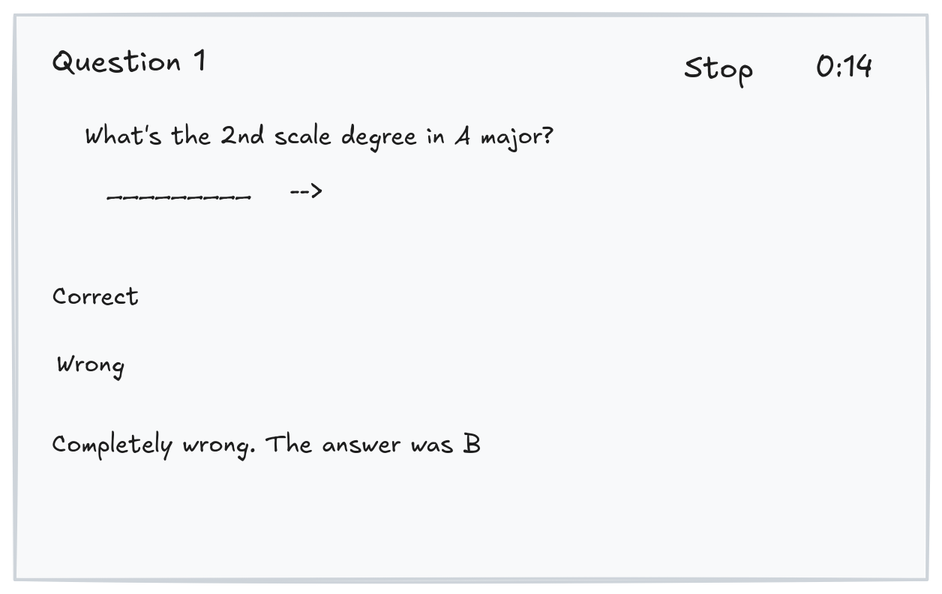
This is Wireframes/Questions.excalidraw.png from Farr1G/scale-degrees-game, a Excalidraw export, as it was before one commit. Source tidied: one line per element, renumbered; positions are measured from the earlier drawing's top-left corner, leaving out a move shared by most shapes. The source it was exported from:
```json
{"id": 0, "type": "rectangle", "strokeColor": "#ced4da", "backgroundColor": "#f8f9fa", "fillStyle": "solid", "strokeWidth": 2, "roughness": 1, "x": 0, "y": 0, "width": 608, "height": 376}
{"id": 1, "type": "text", "text": "Question 1", "strokeColor": "#1e1e1e", "backgroundColor": "#f8f9fa", "fillStyle": "solid", "strokeWidth": 2, "roughness": 1, "fontSize": 20, "fontFamily": 5, "x": 24, "y": 20, "width": 103, "height": 25}
{"id": 2, "type": "text", "text": "What's the 2nd scale degree in A major?", "strokeColor": "#1e1e1e", "backgroundColor": "#f8f9fa", "fillStyle": "solid", "strokeWidth": 2, "roughness": 1, "fontSize": 16, "fontFamily": 5, "x": 46, "y": 71, "width": 313, "height": 20}
{"id": 3, "type": "text", "text": "Correct", "strokeColor": "#1e1e1e", "backgroundColor": "#f8f9fa", "fillStyle": "solid", "strokeWidth": 2, "roughness": 1, "fontSize": 16, "fontFamily": 5, "x": 25, "y": 179, "width": 58, "height": 20}
{"id": 4, "type": "text", "text": "0:14", "strokeColor": "#1e1e1e", "backgroundColor": "#f8f9fa", "fillStyle": "solid", "strokeWidth": 2, "roughness": 1, "fontSize": 20, "fontFamily": 5, "x": 533, "y": 23, "width": 39, "height": 25}
{"id": 5, "type": "text", "text": "Stop", "strokeColor": "#1e1e1e", "backgroundColor": "#f8f9fa", "fillStyle": "solid", "strokeWidth": 2, "roughness": 1, "fontSize": 20, "fontFamily": 5, "x": 446, "y": 24, "width": 46, "height": 25}
{"id": 6, "type": "text", "text": "Wrong", "strokeColor": "#1e1e1e", "backgroundColor": "#f8f9fa", "fillStyle": "solid", "strokeWidth": 2, "roughness": 1, "fontSize": 16, "fontFamily": 5, "x": 27, "y": 223, "width": 46, "height": 20}
{"id": 7, "type": "text", "text": "Completely wrong. The answer was B", "strokeColor": "#1e1e1e", "backgroundColor": "#f8f9fa", "fillStyle": "solid", "strokeWidth": 2, "roughness": 1, "fontSize": 16, "fontFamily": 5, "x": 25, "y": 277, "width": 286, "height": 20}
{"id": 8, "type": "text", "text": "_________", "strokeColor": "#1e1e1e", "backgroundColor": "#f8f9fa", "fillStyle": "solid", "strokeWidth": 2, "roughness": 1, "fontSize": 16, "fontFamily": 5, "x": 61, "y": 107, "width": 96, "height": 20}
{"id": 9, "type": "text", "text": "-->", "strokeColor": "#1e1e1e", "backgroundColor": "#f8f9fa", "fillStyle": "solid", "strokeWidth": 2, "roughness": 1, "fontSize": 16, "fontFamily": 5, "x": 183, "y": 108, "width": 22, "height": 20}
```
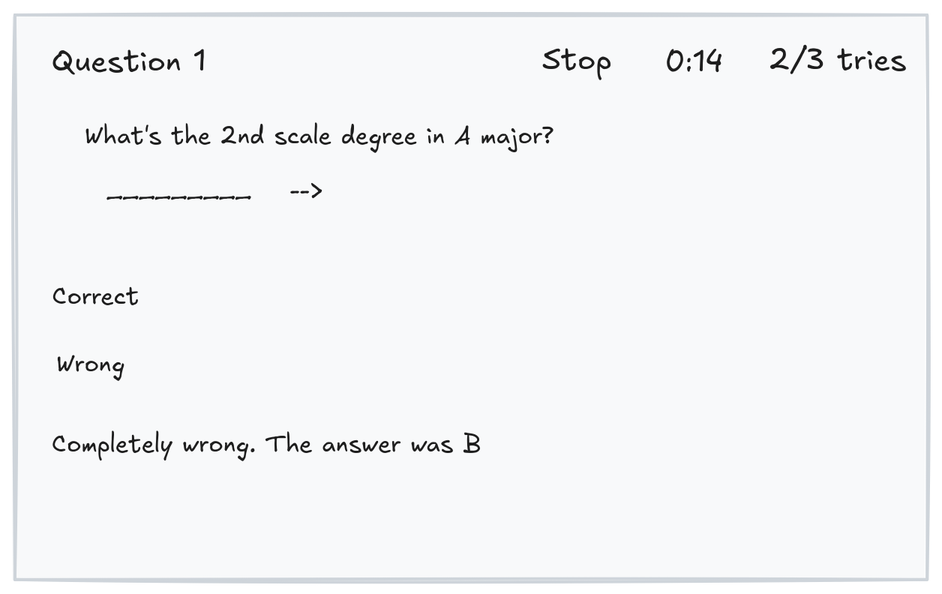
Above is the later version.

Commit message:
Updated questions wireframe (added attempts counter)

Change to the diagram source:
```diff
@@ -2,8 +2,9 @@
 {"id": 1, "type": "text", "text": "Question 1", "strokeColor": "#1e1e1e", "backgroundColor": "#f8f9fa", "fillStyle": "solid", "strokeWidth": 2, "roughness": 1, "fontSize": 20, "fontFamily": 5, "x": 24, "y": 20, "width": 103, "height": 25}
 {"id": 2, "type": "text", "text": "What's the 2nd scale degree in A major?", "strokeColor": "#1e1e1e", "backgroundColor": "#f8f9fa", "fillStyle": "solid", "strokeWidth": 2, "roughness": 1, "fontSize": 16, "fontFamily": 5, "x": 46, "y": 71, "width": 313, "height": 20}
 {"id": 3, "type": "text", "text": "Correct", "strokeColor": "#1e1e1e", "backgroundColor": "#f8f9fa", "fillStyle": "solid", "strokeWidth": 2, "roughness": 1, "fontSize": 16, "fontFamily": 5, "x": 25, "y": 179, "width": 58, "height": 20}
-{"id": 4, "type": "text", "text": "0:14", "strokeColor": "#1e1e1e", "backgroundColor": "#f8f9fa", "fillStyle": "solid", "strokeWidth": 2, "roughness": 1, "fontSize": 20, "fontFamily": 5, "x": 533, "y": 23, "width": 39, "height": 25}
+{"id": 4, "type": "text", "text": "0:14", "strokeColor": "#1e1e1e", "backgroundColor": "#f8f9fa", "fillStyle": "solid", "strokeWidth": 2, "roughness": 1, "fontSize": 20, "fontFamily": 5, "x": 433, "y": 20, "width": 39, "height": 25}
+{"id": 10, "type": "text", "text": "2/3 tries", "strokeColor": "#1e1e1e", "backgroundColor": "#f8f9fa", "fillStyle": "solid", "strokeWidth": 2, "roughness": 1, "fontSize": 20, "fontFamily": 5, "x": 503, "y": 18, "width": 92, "height": 25}
-{"id": 5, "type": "text", "text": "Stop", "strokeColor": "#1e1e1e", "backgroundColor": "#f8f9fa", "fillStyle": "solid", "strokeWidth": 2, "roughness": 1, "fontSize": 20, "fontFamily": 5, "x": 446, "y": 24, "width": 46, "height": 25}
+{"id": 5, "type": "text", "text": "Stop", "strokeColor": "#1e1e1e", "backgroundColor": "#f8f9fa", "fillStyle": "solid", "strokeWidth": 2, "roughness": 1, "fontSize": 20, "fontFamily": 5, "x": 352, "y": 18, "width": 46, "height": 25}
 {"id": 6, "type": "text", "text": "Wrong", "strokeColor": "#1e1e1e", "backgroundColor": "#f8f9fa", "fillStyle": "solid", "strokeWidth": 2, "roughness": 1, "fontSize": 16, "fontFamily": 5, "x": 27, "y": 223, "width": 46, "height": 20}
 {"id": 7, "type": "text", "text": "Completely wrong. The answer was B", "strokeColor": "#1e1e1e", "backgroundColor": "#f8f9fa", "fillStyle": "solid", "strokeWidth": 2, "roughness": 1, "fontSize": 16, "fontFamily": 5, "x": 25, "y": 277, "width": 286, "height": 20}
 {"id": 8, "type": "text", "text": "_________", "strokeColor": "#1e1e1e", "backgroundColor": "#f8f9fa", "fillStyle": "solid", "strokeWidth": 2, "roughness": 1, "fontSize": 16, "fontFamily": 5, "x": 61, "y": 107, "width": 96, "height": 20}
```
